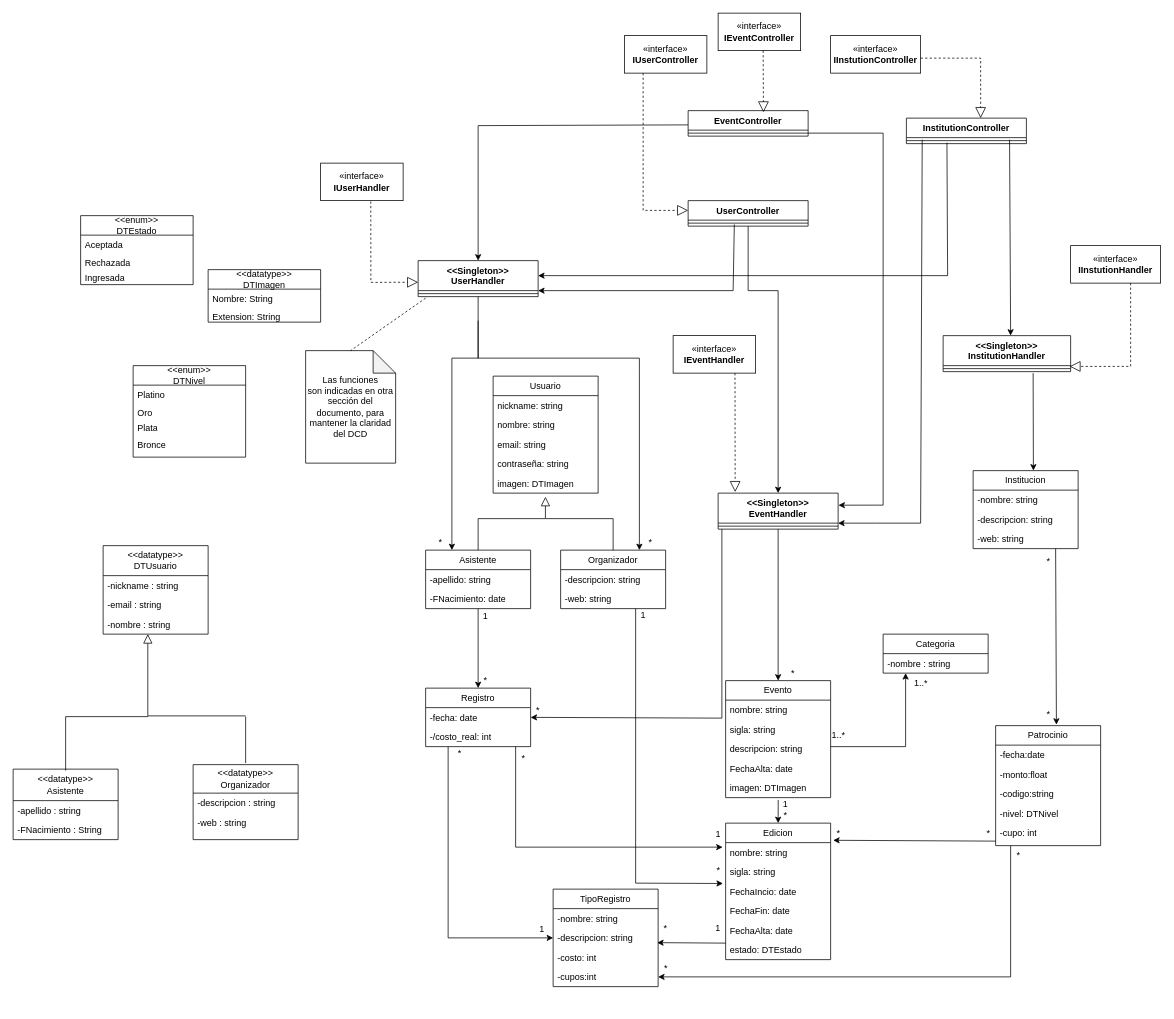
Before: page "Diagrame de Clase" (5 of 5) of Tarea1Snapshot.drawio in franscaletti/tprog, a draw.io diagram. Source tidied: cells renumbered, new cells numbered last; positions are measured from the earlier drawing's top-left corner, leaving out a move shared by most shapes. Both pictures are drawn from the tidied source at 75%, with x=0, y=0 at pixel (13, 13).
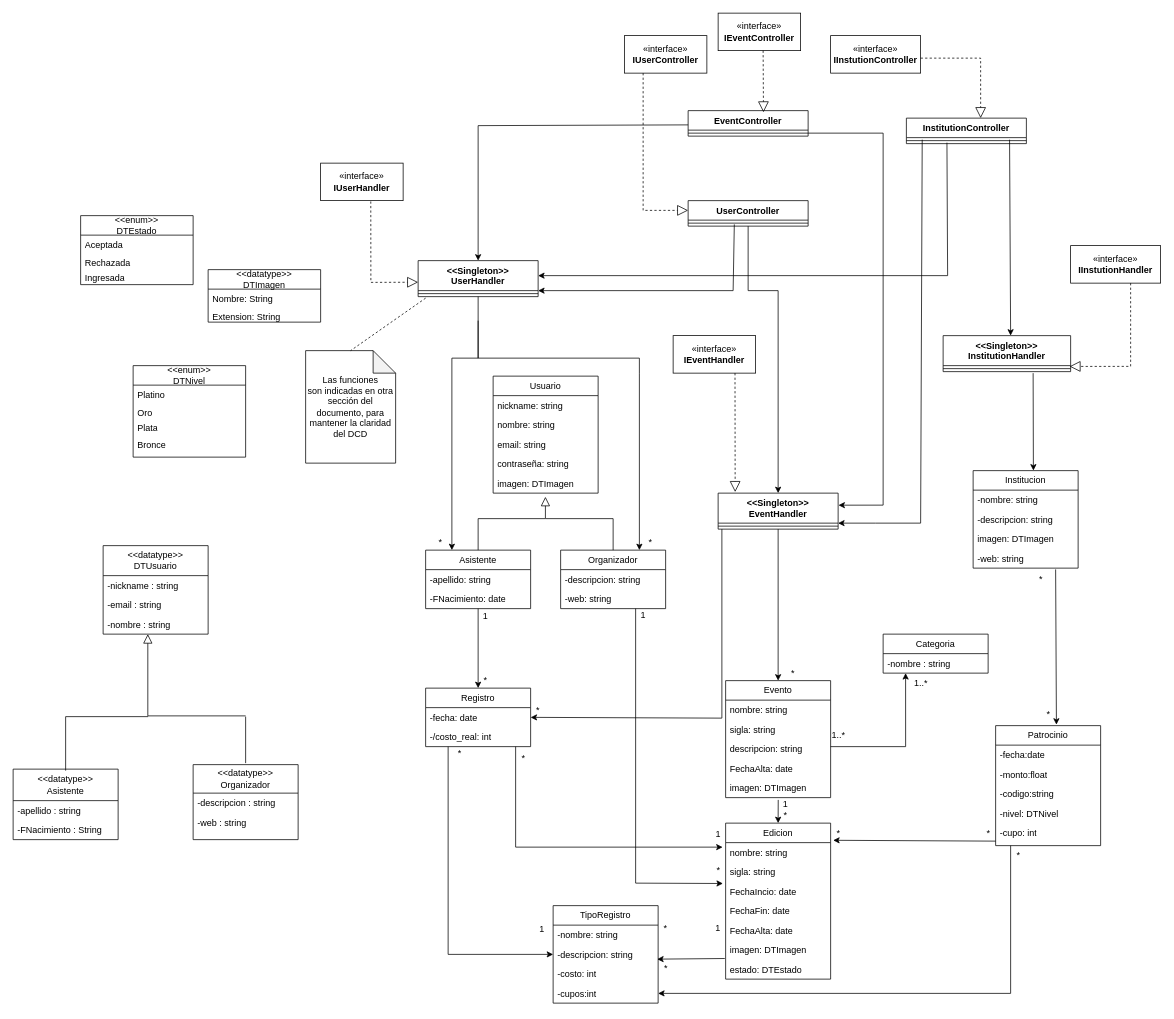
After the change.

The change refers to these unchanged cells:
```xml
<mxCell id="22" value="-descripcion: string" style="text;strokeColor=none;fillColor=none;align=left;verticalAlign=top;spacingLeft=4;spacingRight=4;overflow=hidden;points=[[0,0.5],[1,0.5]];portConstraint=eastwest;whiteSpace=wrap;html=1;" parent="20" vertex="1">
  <mxGeometry y="52" width="140" height="26" as="geometry" />
</mxCell>
<mxCell id="24" value="-cupos:int" style="text;strokeColor=none;fillColor=none;align=left;verticalAlign=top;spacingLeft=4;spacingRight=4;overflow=hidden;points=[[0,0.5],[1,0.5]];portConstraint=eastwest;whiteSpace=wrap;html=1;" parent="20" vertex="1">
  <mxGeometry y="104" width="140" height="26" as="geometry" />
</mxCell>
<mxCell id="25" value="Registro" style="swimlane;fontStyle=0;horizontal=1;startSize=26;fillColor=none;whiteSpace=wrap;html=1;" parent="1" vertex="1">
  <mxGeometry x="550" y="900" width="140" height="78" as="geometry" />
</mxCell>
<mxCell id="29" value="Patrocinio" style="swimlane;fontStyle=0;horizontal=1;startSize=26;fillColor=none;whiteSpace=wrap;html=1;" parent="1" vertex="1">
  <mxGeometry x="1310" y="950" width="140" height="160" as="geometry" />
</mxCell>
```

The edit, as a diff of the source:
```diff
@@
     <mxCell id="16" value="Institucion" style="swimlane;fontStyle=0;horizontal=1;startSize=26;fillColor=none;whiteSpace=wrap;html=1;" parent="1" vertex="1">
-      <mxGeometry x="1280" y="610" width="140" height="104" as="geometry" />
+      <mxGeometry x="1280" y="610" width="140" height="130" as="geometry" />
     </mxCell>
@@
+    <mxCell id="147" value="imagen: DTImagen" style="text;strokeColor=none;fillColor=none;align=left;verticalAlign=top;spacingLeft=4;spacingRight=4;overflow=hidden;whiteSpace=wrap;html=1;" parent="16" vertex="1">
+      <mxGeometry y="78" width="140" height="26" as="geometry" />
+    </mxCell>
     <mxCell id="19" value="&lt;div&gt;-web: string&lt;/div&gt;" style="text;strokeColor=none;fillColor=none;align=left;verticalAlign=top;spacingLeft=4;spacingRight=4;overflow=hidden;whiteSpace=wrap;html=1;" parent="16" vertex="1">
-      <mxGeometry y="78" width="140" height="26" as="geometry" />
+      <mxGeometry y="104" width="140" height="26" as="geometry" />
     </mxCell>
     <mxCell id="20" value="TipoRegistro" style="swimlane;fontStyle=0;horizontal=1;startSize=26;fillColor=none;whiteSpace=wrap;html=1;" parent="1" vertex="1">
-      <mxGeometry x="720" y="1168" width="140" height="130" as="geometry" />
+      <mxGeometry x="720" y="1190" width="140" height="130" as="geometry" />
     </mxCell>
@@
     <mxCell id="27" style="endArrow=classic;html=1;rounded=0;entryX=0;entryY=0.5;entryDx=0;entryDy=0;" parent="25" edge="1" target="22">
       <mxGeometry relative="1" as="geometry">
         <mxPoint x="30" y="78" as="sourcePoint" />
         <Array as="points">
-          <mxPoint x="30" y="333" />
+          <mxPoint x="30" y="355" />
         </Array>
       </mxGeometry>
     </mxCell>
@@
     <mxCell id="35" style="endArrow=classic;html=1;rounded=0;entryX=1;entryY=0.5;entryDx=0;entryDy=0;" parent="29" edge="1" target="24">
       <mxGeometry relative="1" as="geometry">
         <mxPoint x="20" y="160" as="sourcePoint" />
         <Array as="points">
-          <mxPoint x="20" y="335" />
+          <mxPoint x="20" y="357" />
         </Array>
       </mxGeometry>
     </mxCell>
@@
-    <mxCell id="48" style="endArrow=classic;html=1;rounded=0;entryX=0.991;entryY=0.745;entryDx=0;entryDy=0;entryPerimeter=0;" parent="1" edge="1" target="22">
-      <mxGeometry relative="1" as="geometry">
-        <mxPoint x="950" y="1240" as="sourcePoint" />
-      </mxGeometry>
+    <mxCell id="48" style="endArrow=classic;html=1;rounded=0;entryX=0.991;entryY=0.745;entryDx=0;entryDy=0;entryPerimeter=0;exitX=-0.008;exitY=0.943;exitDx=0;exitDy=0;exitPerimeter=0;" parent="1" edge="1" source="148" target="22">
+      <mxGeometry relative="1" as="geometry" />
     </mxCell>
@@
-    <mxCell id="89" style="endArrow=classic;html=1;rounded=0;entryX=0.579;entryY=-0.008;entryDx=0;entryDy=0;entryPerimeter=0;" parent="1" edge="1" target="29">
-      <mxGeometry relative="1" as="geometry">
-        <mxPoint x="1390" y="714" as="sourcePoint" />
-      </mxGeometry>
+    <mxCell id="89" style="endArrow=classic;html=1;rounded=0;entryX=0.579;entryY=-0.008;entryDx=0;entryDy=0;entryPerimeter=0;exitX=1.167;exitY=0.057;exitDx=0;exitDy=0;exitPerimeter=0;" parent="1" edge="1" source="95" target="29">
+      <mxGeometry relative="1" as="geometry" />
     </mxCell>
@@
     <mxCell id="95" value="*" style="text;html=1;align=center;verticalAlign=middle;points=[];strokeColor=none;fillColor=none;" parent="1" vertex="1">
-      <mxGeometry x="1365" y="716" width="30" height="30" as="geometry" />
+      <mxGeometry x="1355" y="740" width="30" height="30" as="geometry" />
     </mxCell>
@@
     <mxCell id="133" value="Edicion" style="swimlane;fontStyle=0;horizontal=1;startSize=26;fillColor=none;whiteSpace=wrap;html=1;" parent="1" vertex="1">
-      <mxGeometry x="950" y="1080" width="140" height="182" as="geometry" />
+      <mxGeometry x="950" y="1080" width="140" height="208" as="geometry" />
     </mxCell>
@@
+    <mxCell id="148" value="imagen: DTImagen" style="text;strokeColor=none;fillColor=none;align=left;verticalAlign=top;spacingLeft=4;spacingRight=4;overflow=hidden;points=[[0,0.5],[1,0.5]];portConstraint=eastwest;whiteSpace=wrap;html=1;" parent="133" vertex="1">
+      <mxGeometry y="156" width="140" height="26" as="geometry" />
+    </mxCell>
     <mxCell id="139" value="&lt;div&gt;estado: DTEstado&lt;/div&gt;" style="text;strokeColor=none;fillColor=none;align=left;verticalAlign=top;spacingLeft=4;spacingRight=4;overflow=hidden;whiteSpace=wrap;html=1;" parent="133" vertex="1">
-      <mxGeometry y="156" width="140" height="26" as="geometry" />
+      <mxGeometry y="182" width="140" height="26" as="geometry" />
     </mxCell>
```
